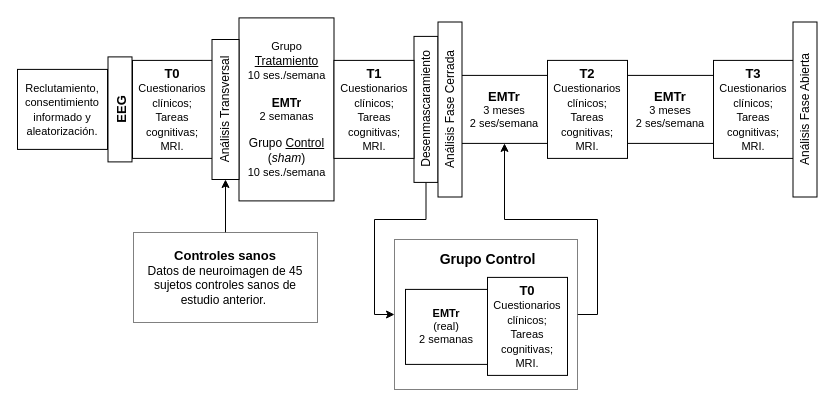
soffiafdz/TesisINB keeps this draw.io diagram as Figures/Des1.drawio. Above is the earlier version. Source tidied: cells renumbered, new cells numbered last; positions are measured from the earlier drawing's top-left corner, leaving out a move shared by most shapes. Both pictures are drawn from the tidied source at 100%, with x=0, y=0 at pixel (17, 17).
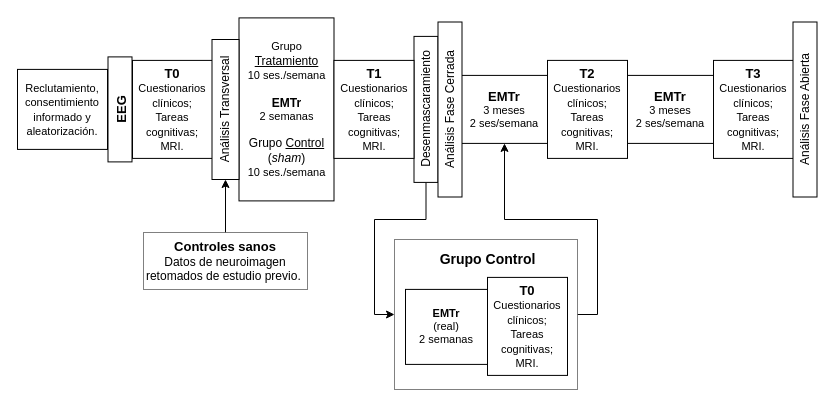
The same diagram, later.

Diff of the diagram source:
```diff
@@
-    <mxCell id="22" value="&lt;font style=&quot;font-size: 13px&quot;&gt;&lt;b&gt;Controles sanos &lt;br&gt;&lt;/b&gt;&lt;/font&gt;Datos de neuroimagen de 45 sujetos controles sanos de estudio anterior.&amp;nbsp;" style="rounded=0;whiteSpace=wrap;html=1;dashed=1;dashPattern=1 1;rotation=0;" parent="1" vertex="1">
-      <mxGeometry x="116" y="215" width="184" height="90" as="geometry" />
+    <mxCell id="22" value="&lt;font style=&quot;font-size: 13px&quot;&gt;&lt;b&gt;Controles sanos &lt;br&gt;&lt;/b&gt;&lt;/font&gt;Datos de neuroimagen retomados de estudio previo.&amp;nbsp;" style="rounded=0;whiteSpace=wrap;html=1;dashed=1;dashPattern=1 1;rotation=0;" parent="1" vertex="1">
+      <mxGeometry x="126" y="215" width="164" height="57" as="geometry" />
     </mxCell>
```
